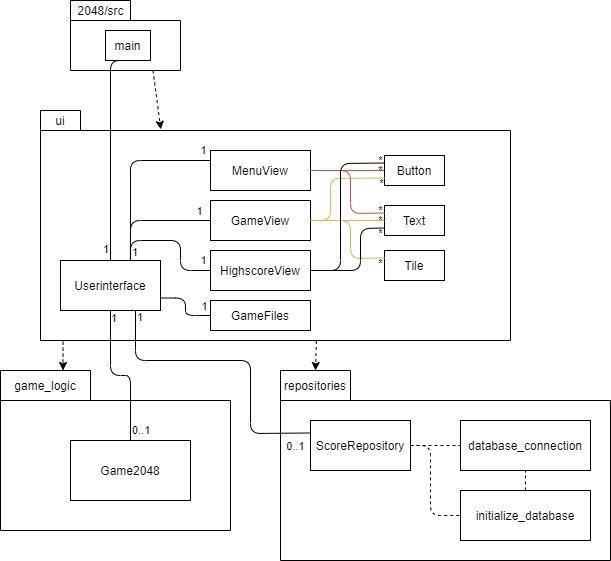
The draw.io diagram dokumentaatio/kuvat/Luokkakaavio.png in asnabryg/ot-harjoitustyo, before a commit. Source tidied: cells renumbered, new cells last; positions are measured from the earlier drawing's top-left corner, leaving out a move shared by most shapes. Source of this version:
```xml
<mxGraphModel>
  <root>
    <mxCell id="0" />
    <mxCell id="1" parent="0" />
    <mxCell id="2" style="edgeStyle=orthogonalEdgeStyle;rounded=1;jettySize=auto;html=1;exitX=0.587;exitY=1.002;exitDx=0;exitDy=0;exitPerimeter=0;entryX=0.5;entryY=0;entryDx=0;entryDy=0;dashed=1;startArrow=none;startFill=0;endArrow=classic;endFill=1;" parent="1" edge="1" source="3" target="17">
      <mxGeometry relative="1" as="geometry" />
    </mxCell>
    <mxCell id="3" style="shape=folder;fontStyle=1;spacingTop=10;tabWidth=40;tabHeight=20;tabPosition=left;html=1;" parent="1" vertex="1">
      <mxGeometry x="40" y="110" width="470" height="230" as="geometry" />
    </mxCell>
    <mxCell id="4" style="shape=folder;fontStyle=1;spacingTop=10;tabWidth=90;tabHeight=30;tabPosition=left;html=1;" parent="1" vertex="1">
      <mxGeometry y="370" width="230" height="160" as="geometry" />
    </mxCell>
    <mxCell id="5" style="shape=folder;fontStyle=1;spacingTop=10;tabWidth=70;tabHeight=30;tabPosition=left;html=1;" parent="1" vertex="1">
      <mxGeometry x="280" y="370" width="330" height="190" as="geometry" />
    </mxCell>
    <mxCell id="6" style="endArrow=classic;html=1;dashed=1;entryX=0.256;entryY=0.082;entryDx=0;entryDy=0;entryPerimeter=0;startArrow=none;exitX=0.75;exitY=1;exitDx=0;exitDy=0;exitPerimeter=0;" parent="1" edge="1" source="7" target="3">
      <mxGeometry relative="1" as="geometry" />
    </mxCell>
    <mxCell id="7" style="shape=folder;fontStyle=1;spacingTop=10;tabWidth=60;tabHeight=20;tabPosition=left;html=1;" parent="1" vertex="1">
      <mxGeometry x="70" width="110" height="70" as="geometry" />
    </mxCell>
    <mxCell id="8" value="ui" style="text;html=1;strokeColor=none;fillColor=none;align=center;verticalAlign=middle;whiteSpace=wrap;rounded=0;" parent="1" vertex="1">
      <mxGeometry x="40" y="110" width="40" height="20" as="geometry" />
    </mxCell>
    <mxCell id="9" value="game_logic" style="text;html=1;strokeColor=none;fillColor=none;align=center;verticalAlign=middle;whiteSpace=wrap;rounded=0;" parent="1" vertex="1">
      <mxGeometry x="10" y="370" width="70" height="30" as="geometry" />
    </mxCell>
    <mxCell id="10" value="Game2048" style="rounded=0;whiteSpace=wrap;html=1;" parent="1" vertex="1">
      <mxGeometry x="70" y="440" width="120" height="60" as="geometry" />
    </mxCell>
    <mxCell id="11" style="edgeStyle=orthogonalEdgeStyle;jettySize=auto;html=1;rounded=1;startArrow=none;startFill=0;endArrow=none;endFill=0;" parent="1" edge="1" source="16" target="10">
      <mxGeometry relative="1" as="geometry" />
    </mxCell>
    <mxCell id="12" value="0..1" style="edgeLabel;html=1;align=left;verticalAlign=middle;labelPosition=right;verticalLabelPosition=middle;" parent="11" vertex="1">
      <mxGeometry x="-0.9" relative="1" as="geometry">
        <mxPoint x="20" y="113" as="offset" />
      </mxGeometry>
    </mxCell>
    <mxCell id="13" value="1" style="edgeLabel;html=1;align=left;verticalAlign=middle;labelPosition=right;verticalLabelPosition=middle;" parent="11" vertex="1">
      <mxGeometry x="-0.9" y="-1" relative="1" as="geometry" />
    </mxCell>
    <mxCell id="14" style="edgeStyle=orthogonalEdgeStyle;rounded=1;jettySize=auto;html=1;exitX=1;exitY=0.75;exitDx=0;exitDy=0;entryX=0;entryY=0.5;entryDx=0;entryDy=0;startArrow=none;startFill=0;endArrow=none;endFill=0;" parent="1" edge="1" source="16" target="58">
      <mxGeometry relative="1" as="geometry" />
    </mxCell>
    <mxCell id="15" value="1" style="edgeLabel;html=1;align=center;verticalAlign=bottom;labelPosition=center;verticalLabelPosition=top;" parent="14" vertex="1">
      <mxGeometry x="0.82" relative="1" as="geometry" />
    </mxCell>
    <mxCell id="16" value="Userinterface" style="rounded=0;whiteSpace=wrap;html=1;" parent="1" vertex="1">
      <mxGeometry x="60" y="260" width="100" height="50" as="geometry" />
    </mxCell>
    <mxCell id="17" value="repositories" style="text;html=1;strokeColor=none;fillColor=none;align=center;verticalAlign=middle;whiteSpace=wrap;rounded=0;" parent="1" vertex="1">
      <mxGeometry x="280" y="370" width="70" height="30" as="geometry" />
    </mxCell>
    <mxCell id="18" style="edgeStyle=orthogonalEdgeStyle;rounded=1;jettySize=auto;html=1;startArrow=none;startFill=0;endArrow=none;endFill=0;dashed=1;" parent="1" edge="1" source="19" target="20">
      <mxGeometry relative="1" as="geometry" />
    </mxCell>
    <mxCell id="19" value="ScoreRepository" style="rounded=0;whiteSpace=wrap;html=1;" parent="1" vertex="1">
      <mxGeometry x="310" y="420" width="100" height="50" as="geometry" />
    </mxCell>
    <mxCell id="20" value="database_connection" style="rounded=0;whiteSpace=wrap;html=1;" parent="1" vertex="1">
      <mxGeometry x="460" y="420" width="130" height="50" as="geometry" />
    </mxCell>
    <mxCell id="21" value="initialize_database" style="rounded=0;whiteSpace=wrap;html=1;" parent="1" vertex="1">
      <mxGeometry x="460" y="490" width="130" height="50" as="geometry" />
    </mxCell>
    <mxCell id="22" value="GameView" style="rounded=0;whiteSpace=wrap;html=1;" parent="1" vertex="1">
      <mxGeometry x="210" y="200" width="100" height="40" as="geometry" />
    </mxCell>
    <mxCell id="23" value="MenuView" style="rounded=0;whiteSpace=wrap;html=1;" parent="1" vertex="1">
      <mxGeometry x="210" y="150" width="100" height="40" as="geometry" />
    </mxCell>
    <mxCell id="24" value="HighscoreView" style="rounded=0;whiteSpace=wrap;html=1;" parent="1" vertex="1">
      <mxGeometry x="210" y="250" width="100" height="40" as="geometry" />
    </mxCell>
    <mxCell id="25" style="endArrow=none;html=1;entryX=0.75;entryY=1;entryDx=0;entryDy=0;exitX=0;exitY=0.25;exitDx=0;exitDy=0;" parent="1" edge="1" source="19" target="16">
      <mxGeometry relative="1" as="geometry">
        <Array as="points">
          <mxPoint x="250" y="433" />
          <mxPoint x="250" y="360" />
          <mxPoint x="135" y="360" />
        </Array>
      </mxGeometry>
    </mxCell>
    <mxCell id="26" value="0..1" style="edgeLabel;html=1;align=center;verticalAlign=top;labelPosition=center;verticalLabelPosition=bottom;" parent="25" vertex="1">
      <mxGeometry x="-0.9" relative="1" as="geometry" />
    </mxCell>
    <mxCell id="27" value="1" style="edgeLabel;html=1;align=left;verticalAlign=middle;labelPosition=right;verticalLabelPosition=middle;" parent="25" vertex="1">
      <mxGeometry x="0.95" relative="1" as="geometry" />
    </mxCell>
    <mxCell id="28" style="endArrow=none;html=1;entryX=0;entryY=0.5;entryDx=0;entryDy=0;exitX=1;exitY=0.5;exitDx=0;exitDy=0;dashed=1;" parent="1" edge="1" source="19" target="21">
      <mxGeometry relative="1" as="geometry">
        <Array as="points">
          <mxPoint x="430" y="445" />
          <mxPoint x="430" y="515" />
        </Array>
      </mxGeometry>
    </mxCell>
    <mxCell id="29" style="endArrow=none;html=1;entryX=0.5;entryY=1;entryDx=0;entryDy=0;exitX=0.5;exitY=0;exitDx=0;exitDy=0;dashed=1;" parent="1" edge="1" source="21" target="20">
      <mxGeometry relative="1" as="geometry" />
    </mxCell>
    <mxCell id="30" style="endArrow=none;html=1;entryX=0;entryY=0.25;entryDx=0;entryDy=0;" parent="1" edge="1" target="23">
      <mxGeometry relative="1" as="geometry">
        <mxPoint x="130" y="260" as="sourcePoint" />
        <Array as="points">
          <mxPoint x="130" y="160" />
        </Array>
      </mxGeometry>
    </mxCell>
    <mxCell id="31" value="1" style="edgeLabel;html=1;align=center;verticalAlign=bottom;labelPosition=center;verticalLabelPosition=top;" parent="30" vertex="1">
      <mxGeometry x="0.92" y="1" relative="1" as="geometry" />
    </mxCell>
    <mxCell id="32" value="1" style="edgeLabel;html=1;align=left;verticalAlign=middle;labelPosition=right;verticalLabelPosition=middle;" parent="30" vertex="1">
      <mxGeometry x="-0.91" relative="1" as="geometry" />
    </mxCell>
    <mxCell id="33" style="endArrow=none;html=1;entryX=0;entryY=0.5;entryDx=0;entryDy=0;exitX=0.699;exitY=-0.015;exitDx=0;exitDy=0;exitPerimeter=0;" parent="1" edge="1" source="16" target="22">
      <mxGeometry relative="1" as="geometry">
        <Array as="points">
          <mxPoint x="130" y="220" />
        </Array>
      </mxGeometry>
    </mxCell>
    <mxCell id="34" value="1" style="edgeLabel;html=1;align=center;verticalAlign=bottom;labelPosition=center;verticalLabelPosition=top;" parent="33" vertex="1">
      <mxGeometry x="0.81" y="-2" relative="1" as="geometry">
        <mxPoint y="-2" as="offset" />
      </mxGeometry>
    </mxCell>
    <mxCell id="35" style="endArrow=none;html=1;entryX=0;entryY=0.5;entryDx=0;entryDy=0;" parent="1" edge="1" target="24">
      <mxGeometry relative="1" as="geometry">
        <mxPoint x="130" y="260" as="sourcePoint" />
        <Array as="points">
          <mxPoint x="130" y="240" />
          <mxPoint x="180" y="240" />
          <mxPoint x="180" y="270" />
        </Array>
      </mxGeometry>
    </mxCell>
    <mxCell id="36" value="1" style="edgeLabel;html=1;align=center;verticalAlign=bottom;labelPosition=center;verticalLabelPosition=top;" parent="35" vertex="1">
      <mxGeometry x="0.88" y="1" relative="1" as="geometry" />
    </mxCell>
    <mxCell id="37" value="Button" style="rounded=0;whiteSpace=wrap;html=1;" parent="1" vertex="1">
      <mxGeometry x="384" y="155" width="60" height="30" as="geometry" />
    </mxCell>
    <mxCell id="38" value="Text" style="rounded=0;whiteSpace=wrap;html=1;" parent="1" vertex="1">
      <mxGeometry x="384" y="205" width="60" height="30" as="geometry" />
    </mxCell>
    <mxCell id="39" value="Tile" style="rounded=0;whiteSpace=wrap;html=1;" parent="1" vertex="1">
      <mxGeometry x="384" y="250" width="60" height="30" as="geometry" />
    </mxCell>
    <mxCell id="40" style="endArrow=none;html=1;exitX=1;exitY=0.5;exitDx=0;exitDy=0;entryX=0;entryY=0.5;entryDx=0;entryDy=0;fillColor=#f8cecc;strokeColor=#b85450;" parent="1" edge="1" source="23" target="37">
      <mxGeometry relative="1" as="geometry" />
    </mxCell>
    <mxCell id="41" style="endArrow=none;html=1;entryX=0;entryY=0.25;entryDx=0;entryDy=0;exitX=1;exitY=0.5;exitDx=0;exitDy=0;fillColor=#f8cecc;strokeColor=#b85450;" parent="1" edge="1" source="23" target="38">
      <mxGeometry relative="1" as="geometry">
        <Array as="points">
          <mxPoint x="350" y="170" />
          <mxPoint x="350" y="213" />
        </Array>
      </mxGeometry>
    </mxCell>
    <mxCell id="42" style="endArrow=none;html=1;entryX=0;entryY=0.5;entryDx=0;entryDy=0;exitX=1;exitY=0.5;exitDx=0;exitDy=0;fillColor=#fff2cc;strokeColor=#d6b656;" parent="1" edge="1" source="22" target="38">
      <mxGeometry relative="1" as="geometry" />
    </mxCell>
    <mxCell id="43" style="endArrow=none;html=1;exitX=0;exitY=0.25;exitDx=0;exitDy=0;entryX=1;entryY=0.5;entryDx=0;entryDy=0;fillColor=#fff2cc;strokeColor=#d6b656;" parent="1" edge="1" source="39" target="22">
      <mxGeometry relative="1" as="geometry">
        <Array as="points">
          <mxPoint x="350" y="258" />
          <mxPoint x="350" y="220" />
        </Array>
      </mxGeometry>
    </mxCell>
    <mxCell id="44" style="endArrow=none;html=1;exitX=0;exitY=0.75;exitDx=0;exitDy=0;fillColor=#fff2cc;strokeColor=#d6b656;" parent="1" edge="1" source="37">
      <mxGeometry relative="1" as="geometry">
        <mxPoint x="310" y="220" as="targetPoint" />
        <Array as="points">
          <mxPoint x="330" y="178" />
          <mxPoint x="330" y="220" />
        </Array>
      </mxGeometry>
    </mxCell>
    <mxCell id="45" style="endArrow=none;html=1;exitX=1;exitY=0.5;exitDx=0;exitDy=0;entryX=0;entryY=0.25;entryDx=0;entryDy=0;" parent="1" edge="1" source="24" target="37">
      <mxGeometry relative="1" as="geometry">
        <Array as="points">
          <mxPoint x="340" y="270" />
          <mxPoint x="340" y="163" />
        </Array>
      </mxGeometry>
    </mxCell>
    <mxCell id="46" value="*" style="edgeLabel;html=1;align=center;verticalAlign=middle;labelPosition=center;verticalLabelPosition=middle;labelBackgroundColor=none;" parent="45" vertex="1">
      <mxGeometry x="0.91" y="1" relative="1" as="geometry">
        <mxPoint x="4" y="-2" as="offset" />
      </mxGeometry>
    </mxCell>
    <mxCell id="47" style="endArrow=none;html=1;exitX=1;exitY=0.5;exitDx=0;exitDy=0;entryX=0;entryY=0.75;entryDx=0;entryDy=0;" parent="1" edge="1" source="24" target="38">
      <mxGeometry relative="1" as="geometry">
        <Array as="points">
          <mxPoint x="360" y="270" />
          <mxPoint x="360" y="228" />
        </Array>
      </mxGeometry>
    </mxCell>
    <mxCell id="48" value="2048/src" style="text;html=1;align=center;verticalAlign=middle;strokeColor=none;" parent="1" vertex="1">
      <mxGeometry x="70" width="60" height="20" as="geometry" />
    </mxCell>
    <mxCell id="49" value="main" style="rounded=0;whiteSpace=wrap;html=1;" parent="1" vertex="1">
      <mxGeometry x="105" y="30" width="45" height="30" as="geometry" />
    </mxCell>
    <mxCell id="50" style="endArrow=none;html=1;entryX=0.5;entryY=1;entryDx=0;entryDy=0;exitX=0.5;exitY=0;exitDx=0;exitDy=0;" parent="1" edge="1" source="16" target="49">
      <mxGeometry relative="1" as="geometry">
        <Array as="points">
          <mxPoint x="110" y="60" />
        </Array>
      </mxGeometry>
    </mxCell>
    <mxCell id="51" value="1" style="edgeLabel;html=1;align=right;verticalAlign=middle;labelPosition=left;verticalLabelPosition=middle;" parent="50" vertex="1">
      <mxGeometry x="-0.89" relative="1" as="geometry" />
    </mxCell>
    <mxCell id="52" value="*" style="edgeLabel;html=1;align=center;verticalAlign=middle;labelPosition=center;verticalLabelPosition=middle;labelBackgroundColor=none;" parent="1" vertex="1">
      <mxGeometry x="380" y="170" as="geometry" />
    </mxCell>
    <mxCell id="53" value="*" style="edgeLabel;html=1;align=center;verticalAlign=middle;labelPosition=center;verticalLabelPosition=middle;labelBackgroundColor=none;" parent="1" vertex="1">
      <mxGeometry x="400" y="179.6" as="geometry">
        <mxPoint x="-19" y="3" as="offset" />
      </mxGeometry>
    </mxCell>
    <mxCell id="54" value="*" style="edgeLabel;html=1;align=center;verticalAlign=middle;labelPosition=center;verticalLabelPosition=middle;labelBackgroundColor=none;" parent="1" vertex="1">
      <mxGeometry x="410" y="189.6" as="geometry">
        <mxPoint x="-30" y="20" as="offset" />
      </mxGeometry>
    </mxCell>
    <mxCell id="55" value="*" style="edgeLabel;html=1;align=center;verticalAlign=middle;labelPosition=center;verticalLabelPosition=middle;labelBackgroundColor=none;" parent="1" vertex="1">
      <mxGeometry x="380" y="220" as="geometry" />
    </mxCell>
    <mxCell id="56" value="*" style="edgeLabel;html=1;align=center;verticalAlign=middle;labelPosition=center;verticalLabelPosition=middle;labelBackgroundColor=none;" parent="1" vertex="1">
      <mxGeometry x="430" y="209.6" as="geometry">
        <mxPoint x="-50" y="23" as="offset" />
      </mxGeometry>
    </mxCell>
    <mxCell id="57" value="*" style="edgeLabel;html=1;align=center;verticalAlign=middle;labelPosition=center;verticalLabelPosition=middle;labelBackgroundColor=none;" parent="1" vertex="1">
      <mxGeometry x="440" y="219.6" as="geometry">
        <mxPoint x="-60" y="43" as="offset" />
      </mxGeometry>
    </mxCell>
    <mxCell id="58" value="GameFiles" style="rounded=0;whiteSpace=wrap;html=1;labelBackgroundColor=none;" parent="1" vertex="1">
      <mxGeometry x="210" y="300" width="100" height="30" as="geometry" />
    </mxCell>
    <mxCell id="59" style="endArrow=classic;html=1;exitX=0.048;exitY=1.005;exitDx=0;exitDy=0;exitPerimeter=0;entryX=0.75;entryY=0;entryDx=0;entryDy=0;dashed=1;" parent="1" edge="1" source="3" target="9">
      <mxGeometry relative="1" as="geometry" />
    </mxCell>
  </root>
</mxGraphModel>
```
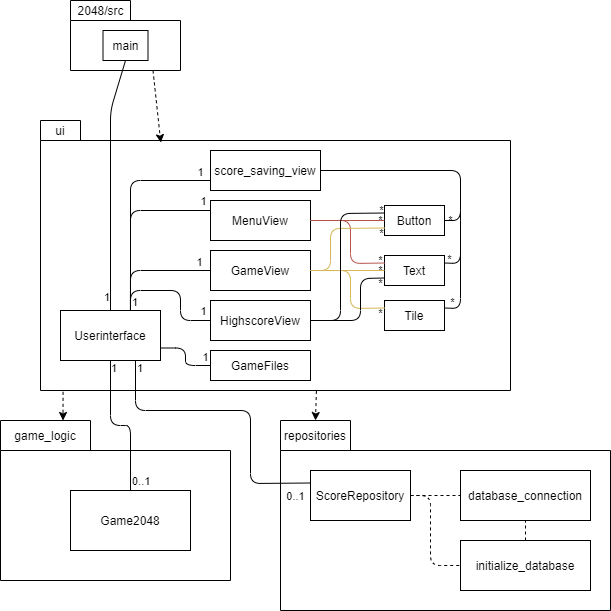
After the change.

Commit message:
Muokattu dokumentaation kuvia

Change to the diagram source:
```diff
@@ -6,7 +6,7 @@
       <mxGeometry relative="1" as="geometry" />
     </mxCell>
     <mxCell id="3" style="shape=folder;fontStyle=1;spacingTop=10;tabWidth=40;tabHeight=20;tabPosition=left;html=1;" parent="1" vertex="1">
-      <mxGeometry x="40" y="110" width="470" height="230" as="geometry" />
+      <mxGeometry x="40" y="70" width="470" height="270" as="geometry" />
     </mxCell>
     <mxCell id="4" style="shape=folder;fontStyle=1;spacingTop=10;tabWidth=90;tabHeight=30;tabPosition=left;html=1;" parent="1" vertex="1">
       <mxGeometry y="370" width="230" height="160" as="geometry" />
@@ -18,10 +18,10 @@
       <mxGeometry relative="1" as="geometry" />
     </mxCell>
     <mxCell id="7" style="shape=folder;fontStyle=1;spacingTop=10;tabWidth=60;tabHeight=20;tabPosition=left;html=1;" parent="1" vertex="1">
-      <mxGeometry x="70" width="110" height="70" as="geometry" />
+      <mxGeometry x="70" y="-50" width="110" height="70" as="geometry" />
     </mxCell>
     <mxCell id="8" value="ui" style="text;html=1;strokeColor=none;fillColor=none;align=center;verticalAlign=middle;whiteSpace=wrap;rounded=0;" parent="1" vertex="1">
-      <mxGeometry x="40" y="110" width="40" height="20" as="geometry" />
+      <mxGeometry x="40" y="70" width="40" height="20" as="geometry" />
     </mxCell>
     <mxCell id="9" value="game_logic" style="text;html=1;strokeColor=none;fillColor=none;align=center;verticalAlign=middle;whiteSpace=wrap;rounded=0;" parent="1" vertex="1">
       <mxGeometry x="10" y="370" width="70" height="30" as="geometry" />
@@ -138,12 +138,28 @@
     <mxCell id="36" value="1" style="edgeLabel;html=1;align=center;verticalAlign=bottom;labelPosition=center;verticalLabelPosition=top;" parent="35" vertex="1">
       <mxGeometry x="0.88" y="1" relative="1" as="geometry" />
     </mxCell>
+    <mxCell id="60" style="edgeStyle=none;rounded=1;jettySize=auto;html=1;exitX=1;exitY=0.5;exitDx=0;exitDy=0;endArrow=none;endFill=0;" parent="1" edge="1" source="37">
+      <mxGeometry relative="1" as="geometry">
+        <mxPoint x="460" y="140" as="targetPoint" />
+        <Array as="points">
+          <mxPoint x="460" y="170" />
+        </Array>
+      </mxGeometry>
+    </mxCell>
     <mxCell id="37" value="Button" style="rounded=0;whiteSpace=wrap;html=1;" parent="1" vertex="1">
       <mxGeometry x="384" y="155" width="60" height="30" as="geometry" />
     </mxCell>
     <mxCell id="38" value="Text" style="rounded=0;whiteSpace=wrap;html=1;" parent="1" vertex="1">
       <mxGeometry x="384" y="205" width="60" height="30" as="geometry" />
     </mxCell>
+    <mxCell id="61" style="edgeStyle=none;rounded=1;jettySize=auto;html=1;exitX=1;exitY=0.25;exitDx=0;exitDy=0;endArrow=none;endFill=0;" parent="1" edge="1" source="39">
+      <mxGeometry relative="1" as="geometry">
+        <mxPoint x="460" y="170" as="targetPoint" />
+        <Array as="points">
+          <mxPoint x="460" y="258" />
+        </Array>
+      </mxGeometry>
+    </mxCell>
     <mxCell id="39" value="Tile" style="rounded=0;whiteSpace=wrap;html=1;" parent="1" vertex="1">
       <mxGeometry x="384" y="250" width="60" height="30" as="geometry" />
     </mxCell>
@@ -200,10 +216,10 @@
       </mxGeometry>
     </mxCell>
     <mxCell id="48" value="2048/src" style="text;html=1;align=center;verticalAlign=middle;strokeColor=none;" parent="1" vertex="1">
-      <mxGeometry x="70" width="60" height="20" as="geometry" />
+      <mxGeometry x="70" y="-50" width="60" height="20" as="geometry" />
     </mxCell>
     <mxCell id="49" value="main" style="rounded=0;whiteSpace=wrap;html=1;" parent="1" vertex="1">
-      <mxGeometry x="105" y="30" width="45" height="30" as="geometry" />
+      <mxGeometry x="102.5" y="-20" width="45" height="30" as="geometry" />
     </mxCell>
     <mxCell id="50" style="endArrow=none;html=1;entryX=0.5;entryY=1;entryDx=0;entryDy=0;exitX=0.5;exitY=0;exitDx=0;exitDy=0;" parent="1" edge="1" source="16" target="49">
       <mxGeometry relative="1" as="geometry">
@@ -247,5 +263,41 @@
     <mxCell id="59" style="endArrow=classic;html=1;exitX=0.048;exitY=1.005;exitDx=0;exitDy=0;exitPerimeter=0;entryX=0.75;entryY=0;entryDx=0;entryDy=0;dashed=1;" parent="1" edge="1" source="3" target="9">
       <mxGeometry relative="1" as="geometry" />
     </mxCell>
+    <mxCell id="62" style="rounded=1;jettySize=auto;html=1;exitX=0;exitY=0.75;exitDx=0;exitDy=0;endArrow=none;endFill=0;elbow=vertical;" parent="1" edge="1" source="64">
+      <mxGeometry relative="1" as="geometry">
+        <mxPoint x="130" y="260" as="targetPoint" />
+        <Array as="points">
+          <mxPoint x="130" y="130" />
+        </Array>
+      </mxGeometry>
+    </mxCell>
+    <mxCell id="63" style="edgeStyle=none;rounded=1;jettySize=auto;html=1;exitX=1;exitY=0.5;exitDx=0;exitDy=0;entryX=1;entryY=0.25;entryDx=0;entryDy=0;endArrow=none;endFill=0;" parent="1" edge="1" source="64" target="38">
+      <mxGeometry relative="1" as="geometry">
+        <Array as="points">
+          <mxPoint x="460" y="120" />
+          <mxPoint x="460" y="170" />
+          <mxPoint x="460" y="213" />
+        </Array>
+      </mxGeometry>
+    </mxCell>
+    <mxCell id="64" value="score_saving_view" style="rounded=0;whiteSpace=wrap;html=1;" parent="1" vertex="1">
+      <mxGeometry x="210" y="100" width="110" height="40" as="geometry" />
+    </mxCell>
+    <mxCell id="65" value="1" style="edgeLabel;html=1;align=center;verticalAlign=bottom;labelPosition=center;verticalLabelPosition=top;" parent="1" vertex="1">
+      <mxGeometry x="200" y="130" as="geometry" />
+    </mxCell>
+    <mxCell id="66" value="*" style="edgeLabel;html=1;align=center;verticalAlign=middle;labelPosition=center;verticalLabelPosition=middle;labelBackgroundColor=none;" parent="1" vertex="1">
+      <mxGeometry x="450" y="170" as="geometry" />
+    </mxCell>
+    <mxCell id="67" value="*" style="edgeLabel;html=1;align=center;verticalAlign=top;labelPosition=center;verticalLabelPosition=bottom;labelBackgroundColor=none;" parent="1" vertex="1">
+      <mxGeometry x="450" y="209.6" as="geometry">
+        <mxPoint x="-1" y="-14" as="offset" />
+      </mxGeometry>
+    </mxCell>
+    <mxCell id="68" value="*" style="edgeLabel;html=1;align=center;verticalAlign=top;labelPosition=center;verticalLabelPosition=bottom;labelBackgroundColor=none;" parent="1" vertex="1">
+      <mxGeometry x="450" y="250" as="geometry">
+        <mxPoint x="2" y="-11" as="offset" />
+      </mxGeometry>
+    </mxCell>
   </root>
 </mxGraphModel>
```
